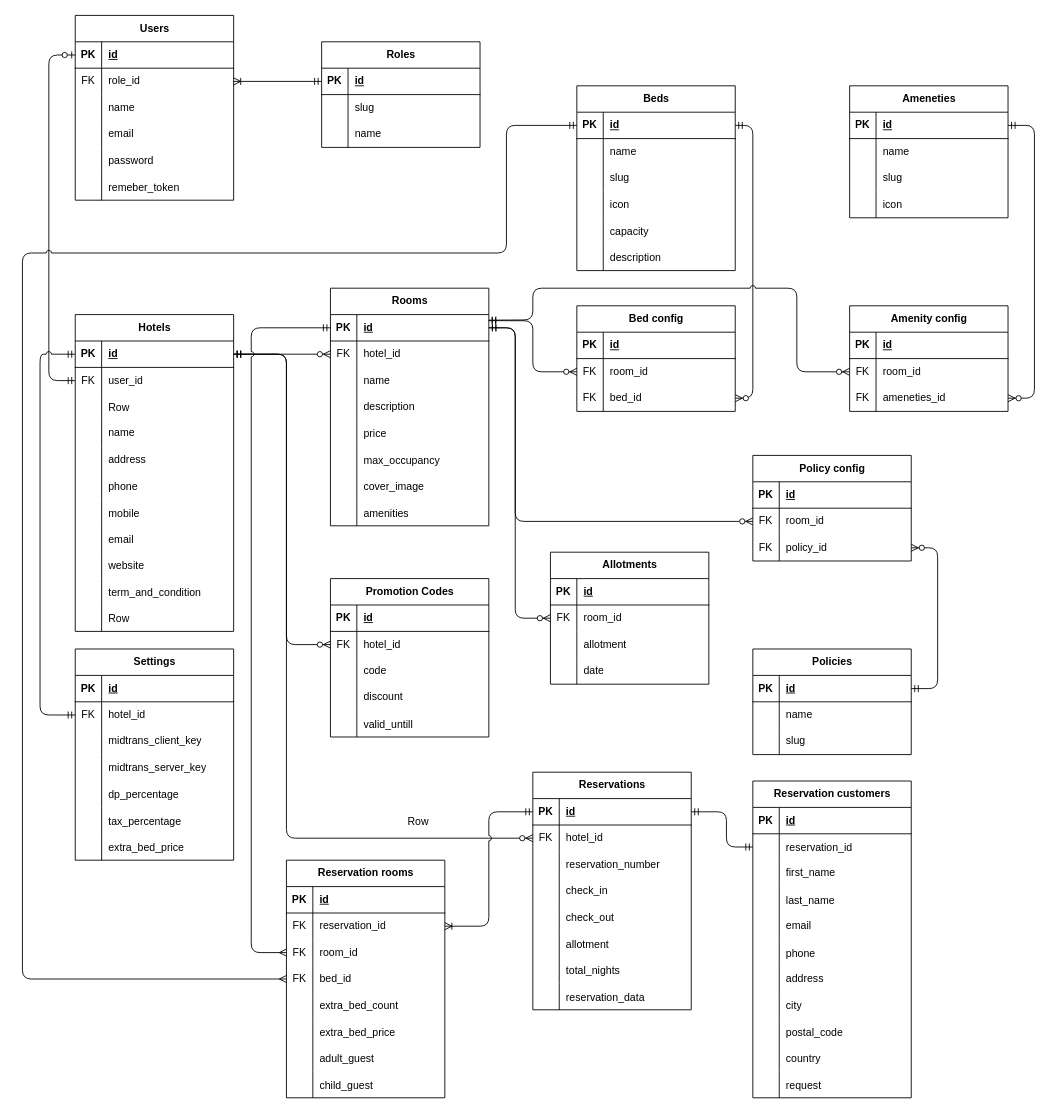
Earlier version of the draw.io diagram diagram.drawio (Hans-Star18/ta-booking-system). Source tidied: cells renumbered, new cells numbered last; positions are measured from the earlier drawing's top-left corner, leaving out a move shared by most shapes. Both pictures are drawn from the tidied source at 88%, with x=0, y=0 at pixel (22, 15).
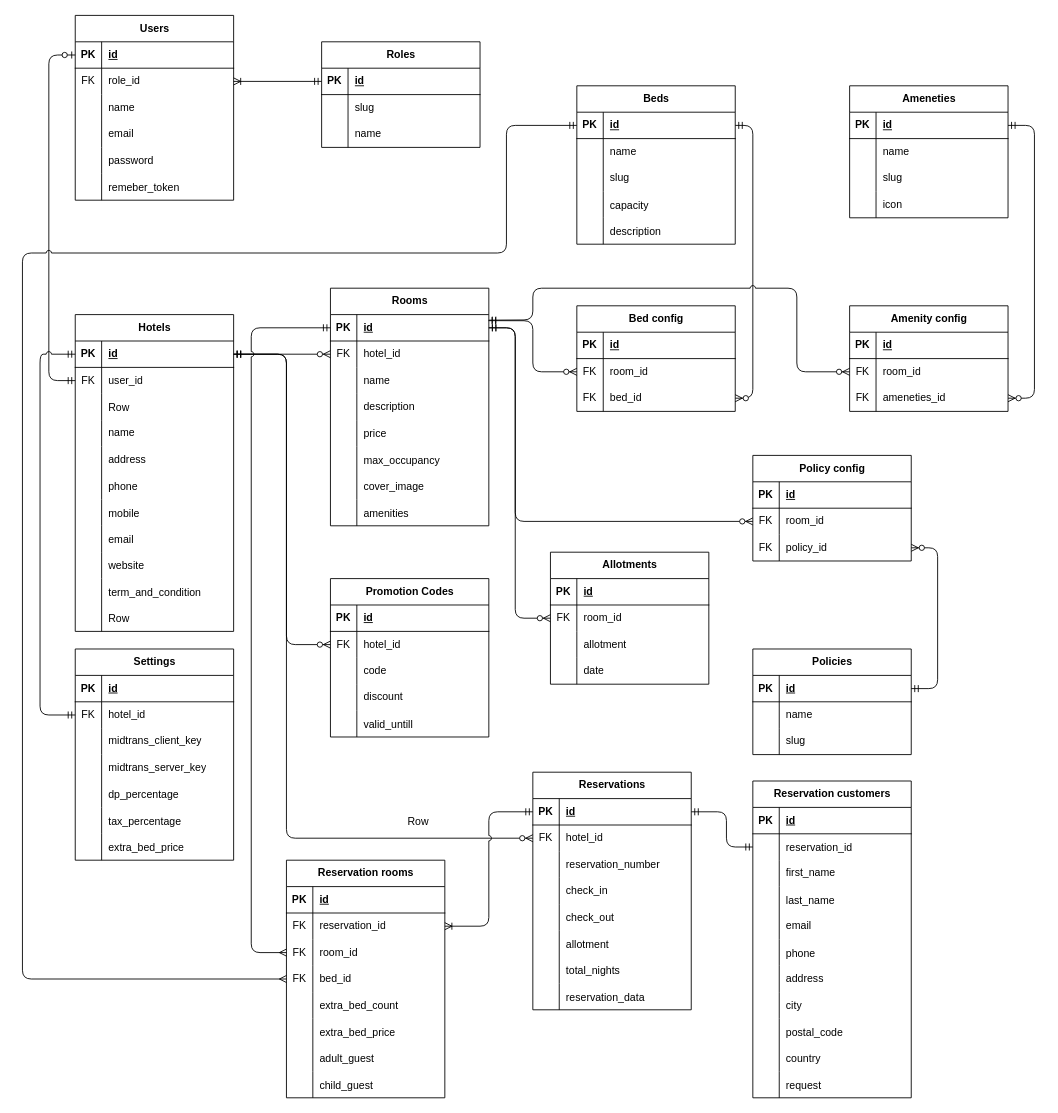
The same diagram, later.

Commit message (it also covers changes not shown here):
remove icon from bed

Diff of the diagram source:
```diff
@@
     <mxCell id="92" value="Beds" style="shape=table;startSize=30;childLayout=tableLayout;rowLines=0;fontStyle=1;align=center;html=1;" parent="1" vertex="1">
-      <mxGeometry x="630" y="80" width="180" height="210" as="geometry" />
+      <mxGeometry x="630" y="80" width="180" height="180" as="geometry" />
     </mxCell>
@@
-    <mxCell id="102" style="shape=tableRow;horizontal=0;startSize=0;swimlaneHead=0;swimlaneBody=0;fillColor=none;top=0;left=0;right=0;bottom=0;" parent="92" vertex="1">
-      <mxGeometry y="120" width="180" height="30" as="geometry" />
-    </mxCell>
-    <mxCell id="103" style="shape=partialRectangle;fillColor=none;top=0;left=0;bottom=0;right=0;overflow=hidden;whiteSpace=wrap;html=1;" parent="102" vertex="1">
-      <mxGeometry width="30" height="30" as="geometry" />
-    </mxCell>
-    <mxCell id="104" value="icon" style="shape=partialRectangle;fillColor=none;top=0;left=0;bottom=0;right=0;align=left;spacingLeft=6;overflow=hidden;whiteSpace=wrap;html=1;" parent="102" vertex="1">
-      <mxGeometry x="30" width="150" height="30" as="geometry" />
-    </mxCell>
     <mxCell id="105" style="shape=tableRow;horizontal=0;startSize=0;swimlaneHead=0;swimlaneBody=0;fillColor=none;top=0;left=0;right=0;bottom=0;" parent="92" vertex="1">
-      <mxGeometry y="150" width="180" height="30" as="geometry" />
+      <mxGeometry y="120" width="180" height="30" as="geometry" />
     </mxCell>
@@
     <mxCell id="108" style="shape=tableRow;horizontal=0;startSize=0;swimlaneHead=0;swimlaneBody=0;fillColor=none;top=0;left=0;right=0;bottom=0;" parent="92" vertex="1">
-      <mxGeometry y="180" width="180" height="30" as="geometry" />
+      <mxGeometry y="150" width="180" height="30" as="geometry" />
     </mxCell>
```
